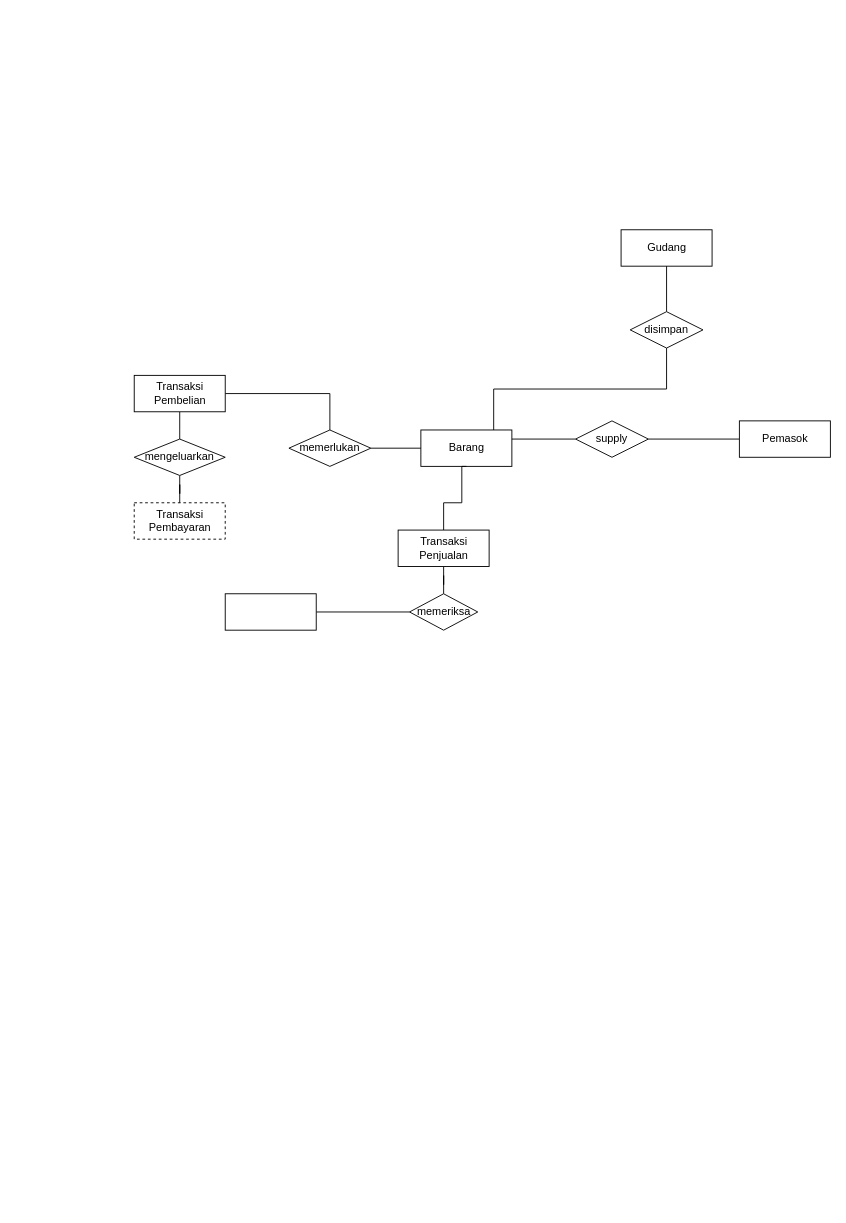
The draw.io diagram Untitled Diagram.drawio in Alam418/arka, before the edit. Source tidied: cells renumbered, new cells numbered last; positions are measured from the earlier drawing's top-left corner, leaving out a move shared by most shapes. Both pictures are drawn from the tidied source at 91%, with x=0, y=0 at pixel (134, 229).
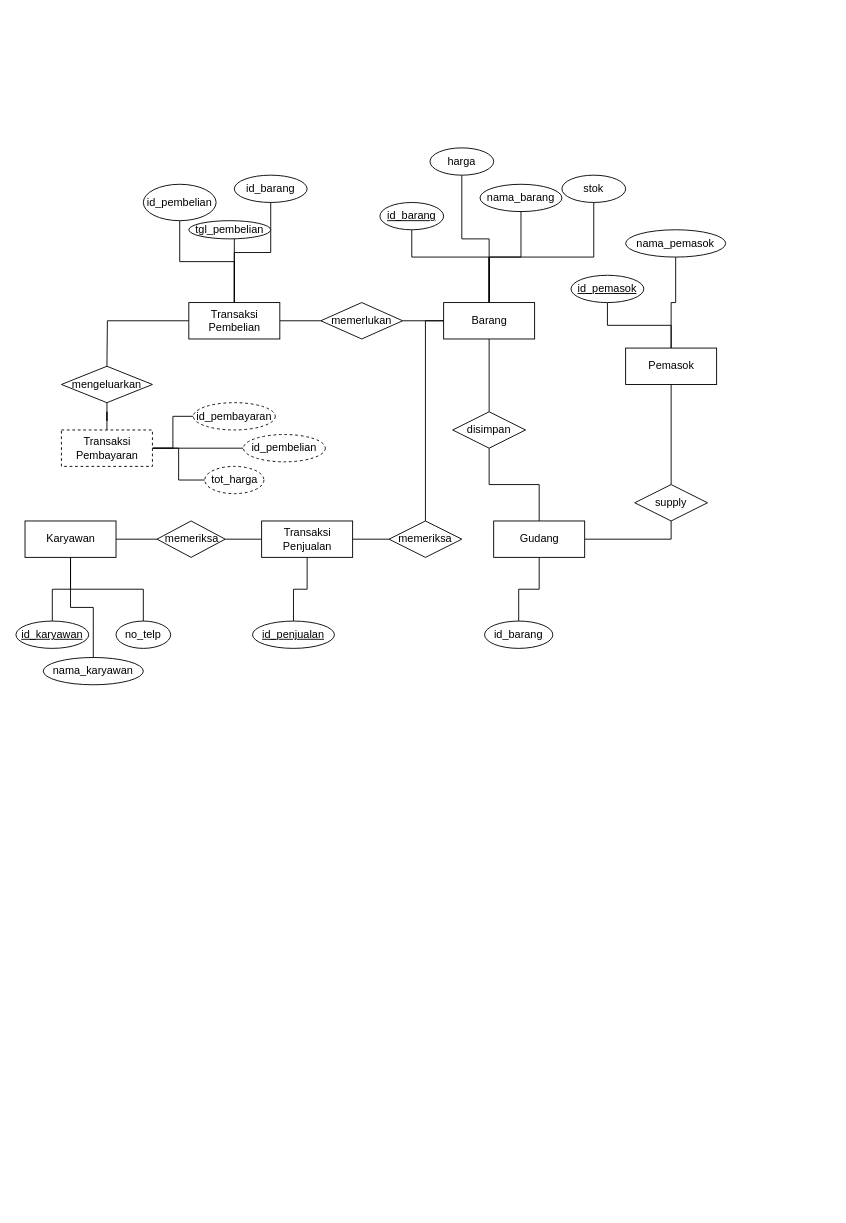
After the change.

Change to the diagram source:
```diff
@@
+    <mxCell id="25" style="edgeStyle=orthogonalEdgeStyle;rounded=0;jettySize=auto;html=1;endArrow=none;endFill=0;" parent="1" edge="1" source="3" target="53">
+      <mxGeometry relative="1" as="geometry" />
+    </mxCell>
+    <mxCell id="26" style="edgeStyle=orthogonalEdgeStyle;rounded=0;jettySize=auto;html=1;endArrow=none;endFill=0;" parent="1" edge="1" source="3" target="54">
+      <mxGeometry relative="1" as="geometry" />
+    </mxCell>
+    <mxCell id="27" style="edgeStyle=orthogonalEdgeStyle;rounded=0;jettySize=auto;html=1;endArrow=none;endFill=0;" parent="1" edge="1" source="3" target="55">
+      <mxGeometry relative="1" as="geometry" />
+    </mxCell>
-    <mxCell id="3" value="&lt;br&gt;&lt;br&gt;&lt;br&gt;&lt;br&gt;&lt;br&gt;&lt;br&gt;&lt;br&gt;&lt;br&gt;&lt;br&gt;&lt;br&gt;&lt;br&gt;&lt;br&gt;&lt;br&gt;&lt;br&gt;&lt;br&gt;&lt;br&gt;&lt;br&gt;&lt;br&gt;&lt;br&gt;&lt;br&gt;&lt;br&gt;&lt;br&gt;&lt;br&gt;&lt;br&gt;&lt;br&gt;&lt;br&gt;&lt;br&gt;&lt;br&gt;&lt;br&gt;&lt;br&gt;&lt;br&gt;&lt;br&gt;&lt;br&gt;&lt;br&gt;&lt;br&gt;&lt;br&gt;&lt;br&gt;&lt;br&gt;&lt;br&gt;&lt;br&gt;&lt;br&gt;&lt;br&gt;&lt;br&gt;&lt;br&gt;&lt;br&gt;&lt;br&gt;&lt;br&gt;&lt;br&gt;&lt;br&gt;&lt;br&gt;&lt;br&gt;&lt;br&gt;&lt;br&gt;&lt;br&gt;&lt;br&gt;&lt;br&gt;&lt;br&gt;&lt;br&gt;&lt;br&gt;&lt;br&gt;&lt;br&gt;&lt;br&gt;&lt;br&gt;&lt;br&gt;&lt;br&gt;&lt;br&gt;&lt;br&gt;&lt;br&gt;&lt;br&gt;&lt;br&gt;&lt;br&gt;&lt;br&gt;&lt;br&gt;&lt;br&gt;&lt;br&gt;&lt;br&gt;&lt;br&gt;&lt;br&gt;&lt;br&gt;&lt;br&gt;&lt;br&gt;&lt;br&gt;&lt;br&gt;&lt;br&gt;&lt;br&gt;&lt;br&gt;&lt;br&gt;&lt;br&gt;&lt;br&gt;&lt;br&gt;&lt;br&gt;" style="html=1;dashed=0;whitespace=wrap;" parent="1" vertex="1">
-      <mxGeometry x="100" y="400" width="100" height="40" as="geometry" />
+    <mxCell id="3" value="Karyawan&lt;br&gt;" style="html=1;dashed=0;whitespace=wrap;" parent="1" vertex="1">
+      <mxGeometry x="-120" y="320" width="100" height="40" as="geometry" />
     </mxCell>
+    <mxCell id="28" style="edgeStyle=orthogonalEdgeStyle;rounded=0;jettySize=auto;html=1;endArrow=none;endFill=0;" parent="1" edge="1" source="4" target="45">
+      <mxGeometry relative="1" as="geometry">
+        <Array as="points">
+          <mxPoint x="390" y="30" />
+          <mxPoint x="305" y="30" />
+        </Array>
+      </mxGeometry>
+    </mxCell>
+    <mxCell id="29" style="edgeStyle=orthogonalEdgeStyle;rounded=0;jettySize=auto;html=1;endArrow=none;endFill=0;" parent="1" edge="1" source="4" target="46">
+      <mxGeometry relative="1" as="geometry" />
+    </mxCell>
+    <mxCell id="30" style="edgeStyle=orthogonalEdgeStyle;rounded=0;jettySize=auto;html=1;entryX=0.5;entryY=1;entryDx=0;entryDy=0;endArrow=none;endFill=0;" parent="1" edge="1" source="4" target="47">
+      <mxGeometry relative="1" as="geometry">
+        <Array as="points">
+          <mxPoint x="390" y="30" />
+          <mxPoint x="425" y="30" />
+        </Array>
+      </mxGeometry>
+    </mxCell>
+    <mxCell id="31" style="edgeStyle=orthogonalEdgeStyle;rounded=0;jettySize=auto;html=1;entryX=0.5;entryY=1;entryDx=0;entryDy=0;endArrow=none;endFill=0;" parent="1" edge="1" source="4" target="48">
+      <mxGeometry relative="1" as="geometry">
+        <Array as="points">
+          <mxPoint x="390" y="30" />
+          <mxPoint x="505" y="30" />
+        </Array>
+      </mxGeometry>
+    </mxCell>
     <mxCell id="4" value="Barang&lt;br&gt;" style="html=1;dashed=0;whitespace=wrap;" parent="1" vertex="1">
-      <mxGeometry x="315" y="220" width="100" height="40" as="geometry" />
+      <mxGeometry x="340" y="80" width="100" height="40" as="geometry" />
     </mxCell>
@@
+    <mxCell id="32" style="edgeStyle=orthogonalEdgeStyle;rounded=0;jettySize=auto;html=1;endArrow=none;endFill=0;" parent="1" edge="1" source="6" target="49">
+      <mxGeometry relative="1" as="geometry" />
+    </mxCell>
+    <mxCell id="33" style="edgeStyle=orthogonalEdgeStyle;rounded=0;jettySize=auto;html=1;entryX=0.5;entryY=1;entryDx=0;entryDy=0;endArrow=none;endFill=0;" parent="1" edge="1" source="6" target="50">
+      <mxGeometry relative="1" as="geometry" />
+    </mxCell>
     <mxCell id="6" value="Pemasok&lt;br&gt;" style="html=1;dashed=0;whitespace=wrap;" parent="1" vertex="1">
-      <mxGeometry x="665" y="210" width="100" height="40" as="geometry" />
+      <mxGeometry x="540" y="130" width="100" height="40" as="geometry" />
     </mxCell>
-    <mxCell id="7" style="edgeStyle=orthogonalEdgeStyle;rounded=0;jettySize=auto;html=1;endArrow=none;endFill=0;exitX=0.5;exitY=1;exitDx=0;exitDy=0;entryX=0.5;entryY=1;entryDx=0;entryDy=0;" parent="1" edge="1" source="9" target="4">
-      <mxGeometry relative="1" as="geometry">
-        <Array as="points">
-          <mxPoint x="340" y="300" />
-          <mxPoint x="360" y="300" />
-          <mxPoint x="360" y="260" />
-        </Array>
-      </mxGeometry>
-    </mxCell>
-    <mxCell id="8" style="edgeStyle=orthogonalEdgeStyle;rounded=0;jettySize=auto;html=1;endArrow=none;endFill=0;" parent="1" edge="1" source="9" target="24">
+    <mxCell id="8" style="edgeStyle=orthogonalEdgeStyle;rounded=0;jettySize=auto;html=1;endArrow=none;endFill=0;exitX=1;exitY=0.5;exitDx=0;exitDy=0;" parent="1" edge="1" source="9" target="24">
       <mxGeometry relative="1" as="geometry" />
     </mxCell>
+    <mxCell id="34" style="edgeStyle=orthogonalEdgeStyle;rounded=0;jettySize=auto;html=1;endArrow=none;endFill=0;" parent="1" edge="1" source="9" target="44">
+      <mxGeometry relative="1" as="geometry" />
+    </mxCell>
+    <mxCell id="35" style="edgeStyle=orthogonalEdgeStyle;rounded=0;jettySize=auto;html=1;endArrow=none;endFill=0;" parent="1" edge="1" source="9" target="52">
+      <mxGeometry relative="1" as="geometry" />
+    </mxCell>
     <mxCell id="9" value="Transaksi&lt;br&gt;Penjualan&lt;br&gt;" style="html=1;dashed=0;whitespace=wrap;direction=west;" parent="1" vertex="1">
-      <mxGeometry x="290" y="330" width="100" height="40" as="geometry" />
+      <mxGeometry x="140" y="320" width="100" height="40" as="geometry" />
     </mxCell>
@@
     <mxCell id="11" style="edgeStyle=orthogonalEdgeStyle;rounded=0;jettySize=auto;html=1;endArrow=none;endFill=0;" parent="1" edge="1" source="12">
       <mxGeometry relative="1" as="geometry">
-        <mxPoint x="50" y="230" as="targetPoint" />
+        <mxPoint x="-30" y="150" as="targetPoint" />
       </mxGeometry>
     </mxCell>
+    <mxCell id="36" style="edgeStyle=orthogonalEdgeStyle;rounded=0;jettySize=auto;html=1;endArrow=none;endFill=0;" parent="1" edge="1" source="12" target="56">
+      <mxGeometry relative="1" as="geometry" />
+    </mxCell>
+    <mxCell id="37" style="edgeStyle=orthogonalEdgeStyle;rounded=0;jettySize=auto;html=1;endArrow=none;endFill=0;" parent="1" edge="1" source="12" target="57">
+      <mxGeometry relative="1" as="geometry">
+        <Array as="points">
+          <mxPoint x="110" y="20" />
+          <mxPoint x="110" y="20" />
+        </Array>
+      </mxGeometry>
+    </mxCell>
+    <mxCell id="38" style="edgeStyle=orthogonalEdgeStyle;rounded=0;jettySize=auto;html=1;endArrow=none;endFill=0;" parent="1" edge="1" source="12" target="58">
+      <mxGeometry relative="1" as="geometry" />
+    </mxCell>
     <mxCell id="12" value="Transaksi&lt;br&gt;Pembelian&lt;br&gt;" style="html=1;dashed=0;whitespace=wrap;" parent="1" vertex="1">
-      <mxGeometry y="160" width="100" height="40" as="geometry" />
+      <mxGeometry x="60" y="80" width="100" height="40" as="geometry" />
     </mxCell>
+    <mxCell id="39" style="edgeStyle=orthogonalEdgeStyle;rounded=0;jettySize=auto;html=1;endArrow=none;endFill=0;" parent="1" edge="1" source="13" target="59">
+      <mxGeometry relative="1" as="geometry" />
+    </mxCell>
+    <mxCell id="40" style="edgeStyle=orthogonalEdgeStyle;rounded=0;jettySize=auto;html=1;endArrow=none;endFill=0;" parent="1" edge="1" source="13" target="60">
+      <mxGeometry relative="1" as="geometry" />
+    </mxCell>
+    <mxCell id="41" style="edgeStyle=orthogonalEdgeStyle;rounded=0;jettySize=auto;html=1;endArrow=none;endFill=0;" parent="1" edge="1" source="13" target="61">
+      <mxGeometry relative="1" as="geometry" />
+    </mxCell>
     <mxCell id="13" value="Transaksi&lt;br&gt;Pembayaran&lt;br&gt;" style="html=1;dashed=1;whitespace=wrap;" parent="1" vertex="1">
-      <mxGeometry y="300" width="100" height="40" as="geometry" />
+      <mxGeometry x="-80" y="220" width="100" height="40" as="geometry" />
     </mxCell>
-    <mxCell id="14" style="edgeStyle=orthogonalEdgeStyle;rounded=0;jettySize=auto;html=1;endArrow=none;endFill=0;entryX=1;entryY=0.25;entryDx=0;entryDy=0;" parent="1" edge="1" source="15" target="4">
+    <mxCell id="14" style="edgeStyle=orthogonalEdgeStyle;rounded=0;jettySize=auto;html=1;endArrow=none;endFill=0;entryX=1;entryY=0.5;entryDx=0;entryDy=0;" parent="1" edge="1" source="15" target="16">
       <mxGeometry relative="1" as="geometry">
         <Array as="points">
-          <mxPoint x="525" y="230" />
-          <mxPoint x="525" y="230" />
+          <mxPoint x="590" y="340" />
         </Array>
       </mxGeometry>
     </mxCell>
     <mxCell id="15" value="supply&lt;br&gt;" style="rhombus;whiteSpace=wrap;html=1;" parent="1" vertex="1">
-      <mxGeometry x="485" y="210" width="80" height="40" as="geometry" />
+      <mxGeometry x="550" y="280" width="80" height="40" as="geometry" />
     </mxCell>
+    <mxCell id="42" style="edgeStyle=orthogonalEdgeStyle;rounded=0;jettySize=auto;html=1;endArrow=none;endFill=0;" parent="1" edge="1" source="16" target="51">
+      <mxGeometry relative="1" as="geometry" />
+    </mxCell>
     <mxCell id="16" value="Gudang&lt;br&gt;" style="html=1;whitespace=wrap;" parent="1" vertex="1">
-      <mxGeometry x="535" width="100" height="40" as="geometry" />
+      <mxGeometry x="395" y="320" width="100" height="40" as="geometry" />
     </mxCell>
@@
-    <mxCell id="18" style="edgeStyle=orthogonalEdgeStyle;rounded=0;jettySize=auto;html=1;endArrow=none;endFill=0;exitX=0.5;exitY=1;exitDx=0;exitDy=0;" parent="1" edge="1" source="19" target="4">
+    <mxCell id="18" style="edgeStyle=orthogonalEdgeStyle;rounded=0;jettySize=auto;html=1;endArrow=none;endFill=0;exitX=0.5;exitY=0;exitDx=0;exitDy=0;" parent="1" edge="1" source="19">
       <mxGeometry relative="1" as="geometry">
+        <mxPoint x="390" y="120" as="targetPoint" />
         <Array as="points">
-          <mxPoint x="585" y="175" />
-          <mxPoint x="395" y="175" />
+          <mxPoint x="390" y="120" />
         </Array>
       </mxGeometry>
     </mxCell>
     <mxCell id="19" value="disimpan&lt;br&gt;" style="rhombus;whiteSpace=wrap;html=1;" parent="1" vertex="1">
-      <mxGeometry x="545" y="90" width="80" height="40" as="geometry" />
+      <mxGeometry x="350" y="200" width="80" height="40" as="geometry" />
     </mxCell>
@@
     <mxCell id="21" value="mengeluarkan&lt;br&gt;" style="rhombus;whiteSpace=wrap;html=1;" parent="1" vertex="1">
-      <mxGeometry y="230" width="100" height="40" as="geometry" />
+      <mxGeometry x="-80" y="150" width="100" height="40" as="geometry" />
     </mxCell>
@@
     <mxCell id="23" value="memerlukan&lt;br&gt;" style="rhombus;whiteSpace=wrap;html=1;dashed=0;" parent="1" vertex="1">
-      <mxGeometry x="170" y="220" width="90" height="40" as="geometry" />
+      <mxGeometry x="205" y="80" width="90" height="40" as="geometry" />
     </mxCell>
     <mxCell id="24" value="memeriksa" style="shape=rhombus;html=1;dashed=0;whitespace=wrap;perimeter=rhombusPerimeter;" parent="1" vertex="1">
-      <mxGeometry x="302.5" y="400" width="75" height="40" as="geometry" />
+      <mxGeometry x="25" y="320" width="75" height="40" as="geometry" />
     </mxCell>
+    <mxCell id="43" style="edgeStyle=orthogonalEdgeStyle;rounded=0;jettySize=auto;html=1;endArrow=none;endFill=0;" parent="1" edge="1" source="44" target="4">
+      <mxGeometry relative="1" as="geometry">
+        <Array as="points">
+          <mxPoint x="320" y="100" />
+        </Array>
+      </mxGeometry>
+    </mxCell>
+    <mxCell id="44" value="memeriksa&lt;br&gt;" style="rhombus;whiteSpace=wrap;html=1;dashed=0;" parent="1" vertex="1">
+      <mxGeometry x="280" y="320" width="80" height="40" as="geometry" />
+    </mxCell>
+    <mxCell id="45" value="&lt;u&gt;id_barang&lt;/u&gt;" style="ellipse;whiteSpace=wrap;html=1;dashed=0;" parent="1" vertex="1">
+      <mxGeometry x="270" y="-30" width="70" height="30" as="geometry" />
+    </mxCell>
+    <mxCell id="46" value="harga" style="ellipse;whiteSpace=wrap;html=1;dashed=0;" parent="1" vertex="1">
+      <mxGeometry x="325" y="-90" width="70" height="30" as="geometry" />
+    </mxCell>
+    <mxCell id="47" value="nama_barang&lt;br&gt;" style="ellipse;whiteSpace=wrap;html=1;dashed=0;" parent="1" vertex="1">
+      <mxGeometry x="380" y="-50" width="90" height="30" as="geometry" />
+    </mxCell>
+    <mxCell id="48" value="stok" style="ellipse;whiteSpace=wrap;html=1;dashed=0;" parent="1" vertex="1">
+      <mxGeometry x="470" y="-60" width="70" height="30" as="geometry" />
+    </mxCell>
+    <mxCell id="49" value="&lt;u&gt;id_pemasok&lt;/u&gt;" style="ellipse;whiteSpace=wrap;html=1;dashed=0;" parent="1" vertex="1">
+      <mxGeometry x="480" y="50" width="80" height="30" as="geometry" />
+    </mxCell>
+    <mxCell id="50" value="nama_pemasok&lt;br&gt;" style="ellipse;whiteSpace=wrap;html=1;dashed=0;" parent="1" vertex="1">
+      <mxGeometry x="540" width="110" height="30" as="geometry" />
+    </mxCell>
+    <mxCell id="51" value="id_barang" style="ellipse;whiteSpace=wrap;html=1;" parent="1" vertex="1">
+      <mxGeometry x="385" y="430" width="75" height="30" as="geometry" />
+    </mxCell>
+    <mxCell id="52" value="&lt;u&gt;id_penjualan&lt;/u&gt;" style="ellipse;whiteSpace=wrap;html=1;dashed=0;" parent="1" vertex="1">
+      <mxGeometry x="130" y="430" width="90" height="30" as="geometry" />
+    </mxCell>
+    <mxCell id="53" value="&lt;u&gt;id_karyawan&lt;/u&gt;" style="ellipse;whiteSpace=wrap;html=1;dashed=0;" parent="1" vertex="1">
+      <mxGeometry x="-130" y="430" width="80" height="30" as="geometry" />
+    </mxCell>
+    <mxCell id="54" value="nama_karyawan&lt;br&gt;" style="ellipse;whiteSpace=wrap;html=1;dashed=0;" parent="1" vertex="1">
+      <mxGeometry x="-100" y="470" width="110" height="30" as="geometry" />
+    </mxCell>
+    <mxCell id="55" value="no_telp" style="ellipse;whiteSpace=wrap;html=1;dashed=0;" parent="1" vertex="1">
+      <mxGeometry x="-20" y="430" width="60" height="30" as="geometry" />
+    </mxCell>
+    <mxCell id="56" value="id_pembelian" style="ellipse;whiteSpace=wrap;html=1;dashed=0;" parent="1" vertex="1">
+      <mxGeometry x="10" y="-50" width="80" height="40" as="geometry" />
+    </mxCell>
+    <mxCell id="57" value="tgl_pembelian&lt;br&gt;" style="ellipse;whiteSpace=wrap;html=1;dashed=0;" parent="1" vertex="1">
+      <mxGeometry x="60" y="-10" width="90" height="20" as="geometry" />
+    </mxCell>
+    <mxCell id="58" value="id_barang" style="ellipse;whiteSpace=wrap;html=1;dashed=0;" parent="1" vertex="1">
+      <mxGeometry x="110" y="-60" width="80" height="30" as="geometry" />
+    </mxCell>
+    <mxCell id="59" value="id_pembayaran" style="ellipse;whiteSpace=wrap;html=1;dashed=1;" parent="1" vertex="1">
+      <mxGeometry x="65" y="190" width="90" height="30" as="geometry" />
+    </mxCell>
+    <mxCell id="60" value="id_pembelian" style="ellipse;whiteSpace=wrap;html=1;dashed=1;" parent="1" vertex="1">
+      <mxGeometry x="120" y="225" width="90" height="30" as="geometry" />
+    </mxCell>
+    <mxCell id="61" value="tot_harga" style="ellipse;whiteSpace=wrap;html=1;dashed=1;" parent="1" vertex="1">
+      <mxGeometry x="77.5" y="260" width="65" height="30" as="geometry" />
+    </mxCell>
```
